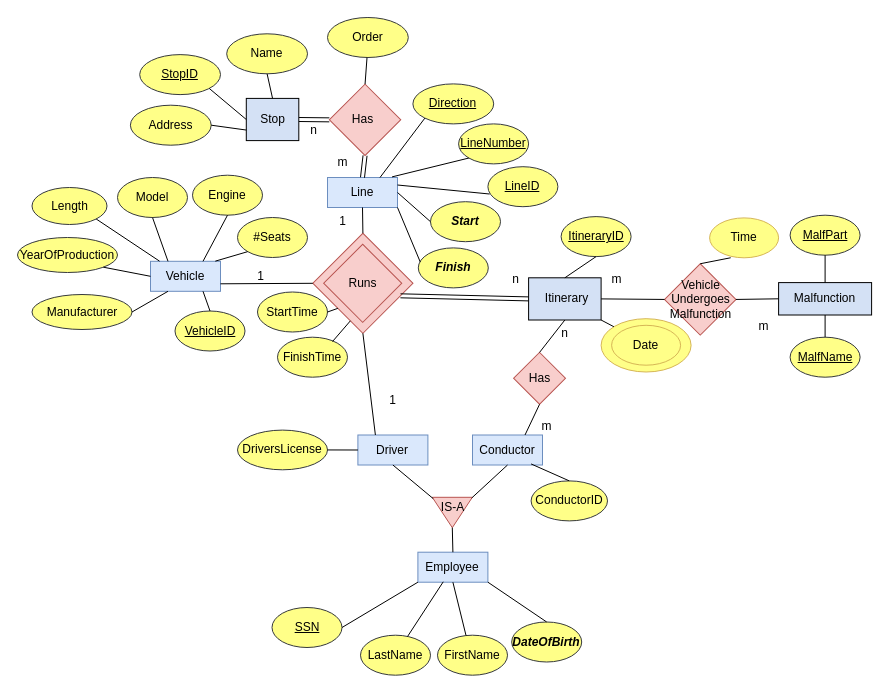
kotsos2000/kotsos2000 keeps this draw.io diagram as Untitled Diagram.drawio. Above is the earlier version. Source tidied: cells renumbered, new cells numbered last; positions are measured from the earlier drawing's top-left corner, leaving out a move shared by most shapes. Both pictures are drawn from the tidied source at 100%, with x=0, y=0 at pixel (17, 17).
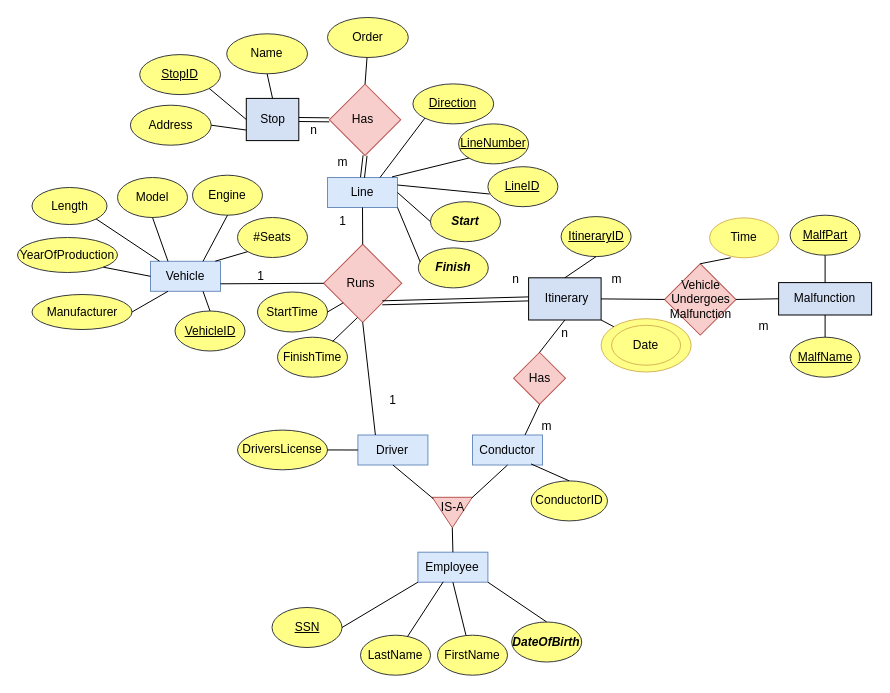
Above is the later version.

Unchanged cells that the change refers to:
```xml
<mxCell id="3" value="&lt;div&gt;Vehicle&lt;/div&gt;" style="rounded=0;whiteSpace=wrap;html=1;fillColor=#dae8fc;strokeColor=#6c8ebf;" parent="1" vertex="1">
  <mxGeometry x="133" y="243.8" width="70" height="30" as="geometry" />
</mxCell>
<mxCell id="4" value="&lt;div&gt;Driver&lt;/div&gt;" style="rounded=0;whiteSpace=wrap;html=1;fillColor=#dae8fc;strokeColor=#6c8ebf;" parent="1" vertex="1">
  <mxGeometry x="340.4" y="417.5" width="70" height="30" as="geometry" />
</mxCell>
<mxCell id="5" value="&lt;div&gt;Line&lt;/div&gt;" style="rounded=0;whiteSpace=wrap;html=1;fillColor=#dae8fc;strokeColor=#6c8ebf;" parent="1" vertex="1">
  <mxGeometry x="310" y="160" width="70" height="30" as="geometry" />
</mxCell>
<mxCell id="9" style="rounded=0;whiteSpace=wrap;html=1;fillColor=#D4E1F5;" parent="1" vertex="1">
  <mxGeometry x="511.1" y="260.3" width="72.5" height="42.2" as="geometry" />
</mxCell>
<mxCell id="14" style="whiteSpace=wrap;html=1;fillColor=#f8cecc;rotation=45;strokeColor=#b85450;" parent="1" vertex="1">
  <mxGeometry x="317.6" y="238.2" width="55.2" height="55.2" as="geometry" />
</mxCell>
<mxCell id="59" value="StartTime" style="ellipse;whiteSpace=wrap;html=1;fillColor=#ffff88;strokeColor=#36393d;" parent="1" vertex="1">
  <mxGeometry x="240" y="274.5" width="70" height="40" as="geometry" />
</mxCell>
<mxCell id="60" value="FinishTime" style="ellipse;whiteSpace=wrap;html=1;fillColor=#ffff88;strokeColor=#36393d;" parent="1" vertex="1">
  <mxGeometry x="260" y="319.7" width="70" height="40" as="geometry" />
</mxCell>
```

Diff of the diagram source:
```diff
@@
-    <mxCell id="13" style="whiteSpace=wrap;html=1;rotation=45;fillColor=#f8cecc;strokeColor=#b85450;" parent="1" vertex="1">
-      <mxGeometry x="310" y="230.4" width="70.8" height="70.8" as="geometry" />
-    </mxCell>
@@
     <mxCell id="15" value="Runs" style="text;html=1;align=center;verticalAlign=middle;strokeColor=none;fillColor=none;" parent="1" vertex="1">
-      <mxGeometry x="320.2" y="250.9" width="50" height="30" as="geometry" />
+      <mxGeometry x="317.6" y="250.8" width="50" height="30" as="geometry" />
     </mxCell>
@@
-    <mxCell id="61" style="endArrow=none;html=1;rounded=0;exitX=0.5;exitY=1;exitDx=0;exitDy=0;entryX=1;entryY=0.5;entryDx=0;entryDy=0;" parent="1" edge="1" source="13" target="59">
+    <mxCell id="61" style="endArrow=none;html=1;rounded=0;entryX=1;entryY=0.5;entryDx=0;entryDy=0;exitX=0.5;exitY=1;exitDx=0;exitDy=0;" parent="1" edge="1" source="14" target="59">
       <mxGeometry relative="1" as="geometry" />
     </mxCell>
-    <mxCell id="62" style="endArrow=none;html=1;rounded=0;exitX=0.75;exitY=1;exitDx=0;exitDy=0;entryX=0.786;entryY=0.108;entryDx=0;entryDy=0;entryPerimeter=0;" parent="1" edge="1" source="13" target="60">
-      <mxGeometry relative="1" as="geometry" />
+    <mxCell id="62" style="endArrow=none;html=1;rounded=0;entryX=0.786;entryY=0.108;entryDx=0;entryDy=0;entryPerimeter=0;" parent="1" edge="1" target="60">
+      <mxGeometry relative="1" as="geometry">
+        <mxPoint x="340" y="300" as="sourcePoint" />
+      </mxGeometry>
     </mxCell>
@@
-    <mxCell id="65" style="endArrow=none;html=1;rounded=0;exitX=1;exitY=0.75;exitDx=0;exitDy=0;entryX=0;entryY=1;entryDx=0;entryDy=0;" parent="1" edge="1" source="3" target="13">
+    <mxCell id="65" style="endArrow=none;html=1;rounded=0;exitX=1;exitY=0.75;exitDx=0;exitDy=0;entryX=0;entryY=1;entryDx=0;entryDy=0;" parent="1" edge="1" source="3" target="14">
       <mxGeometry relative="1" as="geometry" />
     </mxCell>
-    <mxCell id="66" style="endArrow=none;html=1;rounded=0;exitX=0.25;exitY=0;exitDx=0;exitDy=0;entryX=1;entryY=1;entryDx=0;entryDy=0;" parent="1" edge="1" source="4" target="13">
+    <mxCell id="66" style="endArrow=none;html=1;rounded=0;exitX=0.25;exitY=0;exitDx=0;exitDy=0;entryX=1;entryY=1;entryDx=0;entryDy=0;" parent="1" edge="1" source="4" target="14">
       <mxGeometry relative="1" as="geometry" />
     </mxCell>
@@
-    <mxCell id="72" style="shape=link;html=1;rounded=0;exitX=0;exitY=0.5;exitDx=0;exitDy=0;entryX=1;entryY=0.25;entryDx=0;entryDy=0;" parent="1" edge="1" source="9" target="13">
+    <mxCell id="72" style="shape=link;html=1;rounded=0;exitX=0;exitY=0.5;exitDx=0;exitDy=0;entryX=1;entryY=0.5;entryDx=0;entryDy=0;" parent="1" edge="1" source="9" target="14">
       <mxGeometry relative="1" as="geometry" />
     </mxCell>
@@
-    <mxCell id="102" style="endArrow=none;html=1;rounded=0;exitX=0.5;exitY=1;exitDx=0;exitDy=0;entryX=0;entryY=0;entryDx=0;entryDy=0;" parent="1" edge="1" source="5" target="13">
+    <mxCell id="102" style="endArrow=none;html=1;rounded=0;exitX=0.5;exitY=1;exitDx=0;exitDy=0;entryX=0;entryY=0;entryDx=0;entryDy=0;" parent="1" edge="1" source="5" target="14">
       <mxGeometry relative="1" as="geometry" />
     </mxCell>
```
